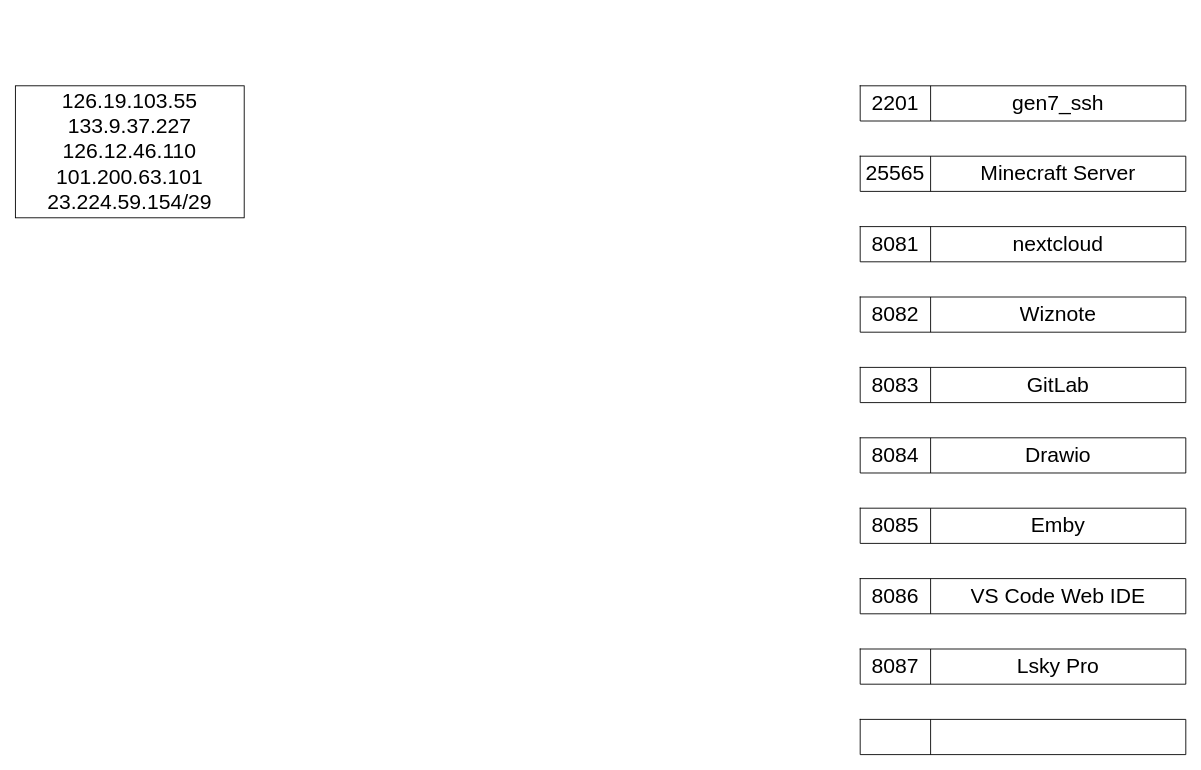
Above: 未命名绘图.drawio in CharlesHJC/CICD (draw.io), before the change. Source tidied: cells renumbered, new cells numbered last; positions are measured from the earlier drawing's top-left corner, leaving out a move shared by most shapes. Both pictures are drawn from the tidied source at 88%, with x=0, y=0 at pixel (15, 85).
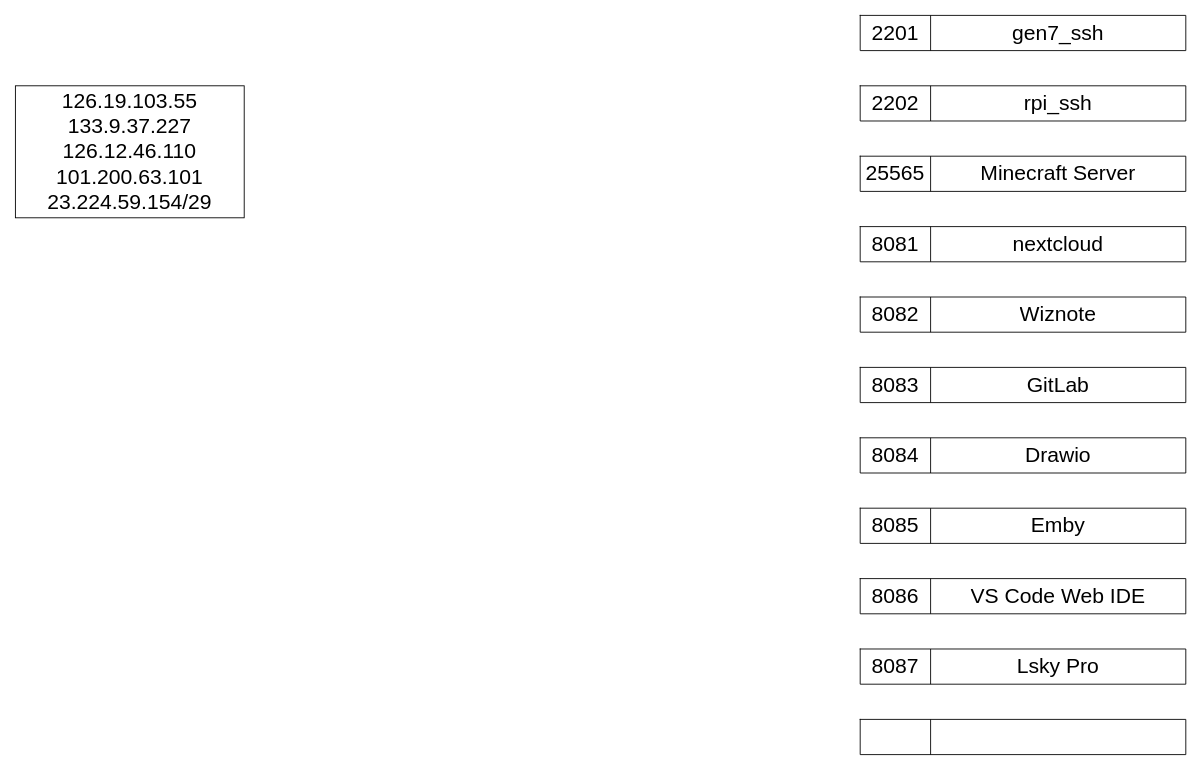
Above is the later version.

Commit message:
更新未命名绘图.drawio

Unchanged cells that the change refers to:
```xml
<mxCell id="7" style="shape=tableRow;horizontal=0;startSize=0;swimlaneHead=0;swimlaneBody=0;top=0;left=0;bottom=0;right=0;fillColor=none;fontSize=24;" parent="6" vertex="1">
  <mxGeometry width="370" height="40" as="geometry" />
</mxCell>
```

The edit, as a diff of the source:
```diff
@@
-    <mxCell id="8" value="2201" style="shape=partialRectangle;html=1;whiteSpace=wrap;overflow=hidden;fillColor=none;top=0;left=0;bottom=0;right=0;fontSize=24;" parent="7" vertex="1">
+    <mxCell id="8" value="2202" style="shape=partialRectangle;html=1;whiteSpace=wrap;overflow=hidden;fillColor=none;top=0;left=0;bottom=0;right=0;fontSize=24;" parent="7" vertex="1">
       <mxGeometry width="80" height="40" as="geometry" />
     </mxCell>
-    <mxCell id="9" value="gen7_ssh" style="shape=partialRectangle;html=1;whiteSpace=wrap;overflow=hidden;fillColor=none;top=0;left=0;bottom=0;right=0;fontSize=24;" parent="7" vertex="1">
+    <mxCell id="9" value="rpi_ssh" style="shape=partialRectangle;html=1;whiteSpace=wrap;overflow=hidden;fillColor=none;top=0;left=0;bottom=0;right=0;fontSize=24;" parent="7" vertex="1">
       <mxGeometry x="80" width="290" height="40" as="geometry" />
     </mxCell>
@@
+    <mxCell id="43" style="shape=table;startSize=0;childLayout=tableLayout;fontSize=24;" parent="1" vertex="1">
+      <mxGeometry x="960" y="-80" width="370" height="40" as="geometry" />
+    </mxCell>
+    <mxCell id="44" style="shape=tableRow;horizontal=0;startSize=0;swimlaneHead=0;swimlaneBody=0;top=0;left=0;bottom=0;right=0;fillColor=none;fontSize=24;" parent="43" vertex="1">
+      <mxGeometry width="370" height="40" as="geometry" />
+    </mxCell>
+    <mxCell id="45" value="2201" style="shape=partialRectangle;html=1;whiteSpace=wrap;overflow=hidden;fillColor=none;top=0;left=0;bottom=0;right=0;fontSize=24;" parent="44" vertex="1">
+      <mxGeometry width="80" height="40" as="geometry" />
+    </mxCell>
+    <mxCell id="46" value="gen7_ssh" style="shape=partialRectangle;html=1;whiteSpace=wrap;overflow=hidden;fillColor=none;top=0;left=0;bottom=0;right=0;fontSize=24;" parent="44" vertex="1">
+      <mxGeometry x="80" width="290" height="40" as="geometry" />
+    </mxCell>
```
